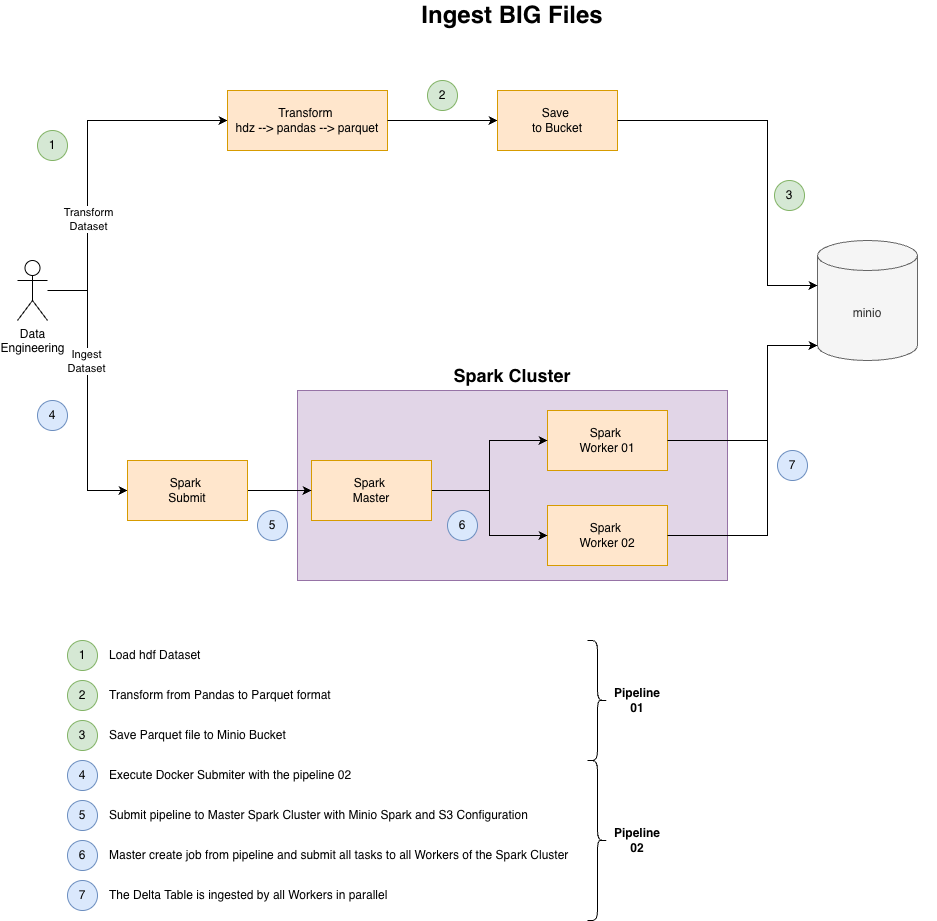
Earlier version of the draw.io export images/spark_cluster_architecture.png (masalinas/poc-minio-spark-delta-connect). Source tidied: cells renumbered, new cells last; positions are measured from the earlier drawing's top-left corner, leaving out a move shared by most shapes. Its diagram source:
```xml
<mxGraphModel>
  <root>
    <mxCell id="0" />
    <mxCell id="1" parent="0" />
    <mxCell id="2" style="rounded=0;whiteSpace=wrap;html=1;fillColor=#e1d5e7;strokeColor=#9673a6;" parent="1" vertex="1">
      <mxGeometry x="280" y="390" width="430" height="190" as="geometry" />
    </mxCell>
    <mxCell id="3" style="edgeStyle=orthogonalEdgeStyle;rounded=0;jettySize=auto;html=1;entryX=0;entryY=0.5;entryDx=0;entryDy=0;" parent="1" edge="1" target="9">
      <mxGeometry relative="1" as="geometry">
        <mxPoint x="30" y="290" as="sourcePoint" />
        <Array as="points">
          <mxPoint x="70" y="290" />
          <mxPoint x="70" y="120" />
        </Array>
      </mxGeometry>
    </mxCell>
    <mxCell id="4" value="Transform&lt;div&gt;Dataset&lt;/div&gt;" style="edgeLabel;html=1;align=center;verticalAlign=middle;" parent="3" vertex="1">
      <mxGeometry x="-0.36" relative="1" as="geometry" />
    </mxCell>
    <mxCell id="5" style="edgeStyle=orthogonalEdgeStyle;rounded=0;jettySize=auto;html=1;entryX=0;entryY=0.5;entryDx=0;entryDy=0;" parent="1" edge="1" target="21">
      <mxGeometry relative="1" as="geometry">
        <mxPoint x="30" y="290" as="sourcePoint" />
        <Array as="points">
          <mxPoint x="70" y="290" />
          <mxPoint x="70" y="490" />
        </Array>
      </mxGeometry>
    </mxCell>
    <mxCell id="6" value="Ingest&lt;div&gt;Dataset&lt;/div&gt;" style="edgeLabel;html=1;align=center;verticalAlign=middle;" parent="5" vertex="1">
      <mxGeometry x="-0.21" y="-2" relative="1" as="geometry" />
    </mxCell>
    <mxCell id="7" value="Data&lt;div&gt;Engineering&lt;/div&gt;" style="shape=umlActor;verticalLabelPosition=bottom;verticalAlign=top;html=1;" parent="1" vertex="1">
      <mxGeometry y="260" width="30" height="60" as="geometry" />
    </mxCell>
    <mxCell id="8" value="minio" style="shape=cylinder3;whiteSpace=wrap;html=1;boundedLbl=1;backgroundOutline=1;size=15;fillColor=#f5f5f5;fontColor=#333333;strokeColor=#666666;" parent="1" vertex="1">
      <mxGeometry x="800" y="240" width="100" height="120" as="geometry" />
    </mxCell>
    <mxCell id="9" value="Transform&amp;nbsp;&lt;div&gt;hdz --&amp;gt; pandas --&amp;gt; parquet&lt;/div&gt;" style="rounded=0;whiteSpace=wrap;html=1;fillColor=#ffe6cc;strokeColor=#d79b00;" parent="1" vertex="1">
      <mxGeometry x="210" y="90" width="160" height="60" as="geometry" />
    </mxCell>
    <mxCell id="10" style="edgeStyle=orthogonalEdgeStyle;rounded=0;jettySize=auto;html=1;entryX=0;entryY=0.5;entryDx=0;entryDy=0;" parent="1" edge="1" source="9" target="11">
      <mxGeometry relative="1" as="geometry" />
    </mxCell>
    <mxCell id="11" value="Save&amp;nbsp;&lt;div&gt;to Bucket&lt;/div&gt;" style="rounded=0;whiteSpace=wrap;html=1;fillColor=#ffe6cc;strokeColor=#d79b00;" parent="1" vertex="1">
      <mxGeometry x="480" y="90" width="120" height="60" as="geometry" />
    </mxCell>
    <mxCell id="12" style="edgeStyle=orthogonalEdgeStyle;rounded=0;jettySize=auto;html=1;entryX=0;entryY=0;entryDx=0;entryDy=45;entryPerimeter=0;" parent="1" edge="1" source="11" target="8">
      <mxGeometry relative="1" as="geometry">
        <Array as="points">
          <mxPoint x="750" y="120" />
          <mxPoint x="750" y="285" />
        </Array>
      </mxGeometry>
    </mxCell>
    <mxCell id="13" value="Spark&amp;nbsp;&lt;div&gt;Worker 01&lt;/div&gt;" style="rounded=0;whiteSpace=wrap;html=1;fillColor=#ffe6cc;strokeColor=#d79b00;" parent="1" vertex="1">
      <mxGeometry x="530" y="410" width="120" height="60" as="geometry" />
    </mxCell>
    <mxCell id="14" value="Spark&amp;nbsp;&lt;div&gt;Worker 02&lt;/div&gt;" style="rounded=0;whiteSpace=wrap;html=1;fillColor=#ffe6cc;strokeColor=#d79b00;" parent="1" vertex="1">
      <mxGeometry x="530" y="505" width="120" height="60" as="geometry" />
    </mxCell>
    <mxCell id="15" style="edgeStyle=orthogonalEdgeStyle;rounded=0;jettySize=auto;html=1;entryX=0;entryY=0.5;entryDx=0;entryDy=0;" parent="1" edge="1" source="17" target="13">
      <mxGeometry relative="1" as="geometry" />
    </mxCell>
    <mxCell id="16" style="edgeStyle=orthogonalEdgeStyle;rounded=0;jettySize=auto;html=1;" parent="1" edge="1" source="17" target="14">
      <mxGeometry relative="1" as="geometry" />
    </mxCell>
    <mxCell id="17" value="Spark&amp;nbsp;&lt;div&gt;Master&lt;/div&gt;" style="rounded=0;whiteSpace=wrap;html=1;fillColor=#ffe6cc;strokeColor=#d79b00;" parent="1" vertex="1">
      <mxGeometry x="294" y="460" width="120" height="60" as="geometry" />
    </mxCell>
    <mxCell id="18" style="edgeStyle=orthogonalEdgeStyle;rounded=0;jettySize=auto;html=1;entryX=0;entryY=0;entryDx=0;entryDy=105;entryPerimeter=0;" parent="1" edge="1" source="13" target="8">
      <mxGeometry relative="1" as="geometry">
        <Array as="points">
          <mxPoint x="750" y="440" />
          <mxPoint x="750" y="345" />
        </Array>
      </mxGeometry>
    </mxCell>
    <mxCell id="19" style="edgeStyle=orthogonalEdgeStyle;rounded=0;jettySize=auto;html=1;entryX=0;entryY=0;entryDx=0;entryDy=105;entryPerimeter=0;" parent="1" edge="1" source="14" target="8">
      <mxGeometry relative="1" as="geometry">
        <Array as="points">
          <mxPoint x="750" y="535" />
          <mxPoint x="750" y="345" />
        </Array>
      </mxGeometry>
    </mxCell>
    <mxCell id="20" style="edgeStyle=orthogonalEdgeStyle;rounded=0;jettySize=auto;html=1;" parent="1" edge="1" source="21" target="17">
      <mxGeometry relative="1" as="geometry" />
    </mxCell>
    <mxCell id="21" value="Spark&amp;nbsp;&lt;div&gt;Submit&lt;/div&gt;" style="rounded=0;whiteSpace=wrap;html=1;fillColor=#ffe6cc;strokeColor=#d79b00;" parent="1" vertex="1">
      <mxGeometry x="110" y="460" width="120" height="60" as="geometry" />
    </mxCell>
    <mxCell id="22" value="1" style="ellipse;whiteSpace=wrap;html=1;fillColor=#d5e8d4;strokeColor=#82b366;" parent="1" vertex="1">
      <mxGeometry x="20" y="130" width="30" height="30" as="geometry" />
    </mxCell>
    <mxCell id="23" value="2" style="ellipse;whiteSpace=wrap;html=1;fillColor=#d5e8d4;strokeColor=#82b366;" parent="1" vertex="1">
      <mxGeometry x="410" y="80" width="30" height="30" as="geometry" />
    </mxCell>
    <mxCell id="24" value="3" style="ellipse;whiteSpace=wrap;html=1;fillColor=#d5e8d4;strokeColor=#82b366;" parent="1" vertex="1">
      <mxGeometry x="757" y="180" width="30" height="30" as="geometry" />
    </mxCell>
    <mxCell id="25" value="4" style="ellipse;whiteSpace=wrap;html=1;fillColor=#dae8fc;strokeColor=#6c8ebf;" parent="1" vertex="1">
      <mxGeometry x="20" y="400" width="30" height="30" as="geometry" />
    </mxCell>
    <mxCell id="26" value="5" style="ellipse;whiteSpace=wrap;html=1;fillColor=#dae8fc;strokeColor=#6c8ebf;" parent="1" vertex="1">
      <mxGeometry x="240" y="510" width="30" height="30" as="geometry" />
    </mxCell>
    <mxCell id="27" value="6" style="ellipse;whiteSpace=wrap;html=1;fillColor=#dae8fc;strokeColor=#6c8ebf;" parent="1" vertex="1">
      <mxGeometry x="430" y="510" width="30" height="30" as="geometry" />
    </mxCell>
    <mxCell id="28" value="7" style="ellipse;whiteSpace=wrap;html=1;fillColor=#dae8fc;strokeColor=#6c8ebf;" parent="1" vertex="1">
      <mxGeometry x="760" y="450" width="30" height="30" as="geometry" />
    </mxCell>
    <mxCell id="29" value="&lt;b&gt;&lt;font style=&quot;font-size: 24px;&quot;&gt;Ingest BIG Files&lt;/font&gt;&lt;/b&gt;" style="text;html=1;whiteSpace=wrap;strokeColor=none;fillColor=none;align=center;verticalAlign=middle;rounded=0;" parent="1" vertex="1">
      <mxGeometry x="70" width="850" height="30" as="geometry" />
    </mxCell>
    <mxCell id="30" value="&lt;b&gt;&lt;font style=&quot;font-size: 18px;&quot;&gt;Spark Cluster&lt;/font&gt;&lt;/b&gt;" style="text;html=1;whiteSpace=wrap;strokeColor=none;fillColor=none;align=center;verticalAlign=middle;rounded=0;" parent="1" vertex="1">
      <mxGeometry x="280" y="360" width="430" height="30" as="geometry" />
    </mxCell>
    <mxCell id="31" value="1" style="ellipse;whiteSpace=wrap;html=1;fillColor=#d5e8d4;strokeColor=#82b366;" parent="1" vertex="1">
      <mxGeometry x="50" y="640" width="30" height="30" as="geometry" />
    </mxCell>
    <mxCell id="32" value="2" style="ellipse;whiteSpace=wrap;html=1;fillColor=#d5e8d4;strokeColor=#82b366;" parent="1" vertex="1">
      <mxGeometry x="50" y="680" width="30" height="30" as="geometry" />
    </mxCell>
    <mxCell id="33" value="3" style="ellipse;whiteSpace=wrap;html=1;fillColor=#d5e8d4;strokeColor=#82b366;" parent="1" vertex="1">
      <mxGeometry x="50" y="720" width="30" height="30" as="geometry" />
    </mxCell>
    <mxCell id="34" value="4" style="ellipse;whiteSpace=wrap;html=1;fillColor=#dae8fc;strokeColor=#6c8ebf;" parent="1" vertex="1">
      <mxGeometry x="50" y="760" width="30" height="30" as="geometry" />
    </mxCell>
    <mxCell id="35" value="5" style="ellipse;whiteSpace=wrap;html=1;fillColor=#dae8fc;strokeColor=#6c8ebf;" parent="1" vertex="1">
      <mxGeometry x="50" y="800" width="30" height="30" as="geometry" />
    </mxCell>
    <mxCell id="36" value="6" style="ellipse;whiteSpace=wrap;html=1;fillColor=#dae8fc;strokeColor=#6c8ebf;" parent="1" vertex="1">
      <mxGeometry x="50" y="840" width="30" height="30" as="geometry" />
    </mxCell>
    <mxCell id="37" value="7" style="ellipse;whiteSpace=wrap;html=1;fillColor=#dae8fc;strokeColor=#6c8ebf;" parent="1" vertex="1">
      <mxGeometry x="50" y="880" width="30" height="30" as="geometry" />
    </mxCell>
    <mxCell id="38" value="Load hdf Dataset" style="text;html=1;whiteSpace=wrap;strokeColor=none;fillColor=none;align=left;verticalAlign=middle;rounded=0;" parent="1" vertex="1">
      <mxGeometry x="90" y="640" width="520" height="30" as="geometry" />
    </mxCell>
    <mxCell id="39" value="Transform from Pandas to Parquet format&amp;nbsp;" style="text;html=1;whiteSpace=wrap;strokeColor=none;fillColor=none;align=left;verticalAlign=middle;rounded=0;" parent="1" vertex="1">
      <mxGeometry x="90" y="680" width="520" height="30" as="geometry" />
    </mxCell>
    <mxCell id="40" value="Save Parquet file to Minio Bucket" style="text;html=1;whiteSpace=wrap;strokeColor=none;fillColor=none;align=left;verticalAlign=middle;rounded=0;" parent="1" vertex="1">
      <mxGeometry x="90" y="720" width="520" height="30" as="geometry" />
    </mxCell>
    <mxCell id="41" value="Execute Docker Submiter with the pipeline 02" style="text;html=1;whiteSpace=wrap;strokeColor=none;fillColor=none;align=left;verticalAlign=middle;rounded=0;" parent="1" vertex="1">
      <mxGeometry x="90" y="760" width="520" height="30" as="geometry" />
    </mxCell>
    <mxCell id="42" value="Submit pipeline to Master Spark Cluster with Minio Spark and S3 Configuration" style="text;html=1;whiteSpace=wrap;strokeColor=none;fillColor=none;align=left;verticalAlign=middle;rounded=0;" parent="1" vertex="1">
      <mxGeometry x="90" y="800" width="520" height="30" as="geometry" />
    </mxCell>
    <mxCell id="43" value="Master create job from pipeline and submit all tasks to all Workers of the Spark Cluster" style="text;html=1;whiteSpace=wrap;strokeColor=none;fillColor=none;align=left;verticalAlign=middle;rounded=0;" parent="1" vertex="1">
      <mxGeometry x="90" y="840" width="520" height="30" as="geometry" />
    </mxCell>
    <mxCell id="44" value="The Delta Table is ingested by all Workers in parallel" style="text;html=1;whiteSpace=wrap;strokeColor=none;fillColor=none;align=left;verticalAlign=middle;rounded=0;" parent="1" vertex="1">
      <mxGeometry x="90" y="880" width="520" height="30" as="geometry" />
    </mxCell>
    <mxCell id="45" style="shape=curlyBracket;whiteSpace=wrap;html=1;rounded=1;flipH=1;labelPosition=right;verticalLabelPosition=middle;align=left;verticalAlign=middle;legacyAnchorPoints=0;" parent="1" vertex="1">
      <mxGeometry x="570" y="640" width="20" height="120" as="geometry" />
    </mxCell>
    <mxCell id="46" style="shape=curlyBracket;whiteSpace=wrap;html=1;rounded=1;flipH=1;labelPosition=right;verticalLabelPosition=middle;align=left;verticalAlign=middle;legacyAnchorPoints=0;" parent="1" vertex="1">
      <mxGeometry x="570" y="760" width="20" height="160" as="geometry" />
    </mxCell>
    <mxCell id="47" value="&lt;b&gt;Pipeline 01&lt;/b&gt;" style="text;html=1;whiteSpace=wrap;strokeColor=none;fillColor=none;align=center;verticalAlign=middle;rounded=0;" parent="1" vertex="1">
      <mxGeometry x="590" y="685" width="60" height="30" as="geometry" />
    </mxCell>
    <mxCell id="48" value="&lt;b&gt;Pipeline 02&lt;/b&gt;" style="text;html=1;whiteSpace=wrap;strokeColor=none;fillColor=none;align=center;verticalAlign=middle;rounded=0;" parent="1" vertex="1">
      <mxGeometry x="590" y="825" width="60" height="30" as="geometry" />
    </mxCell>
  </root>
</mxGraphModel>
```
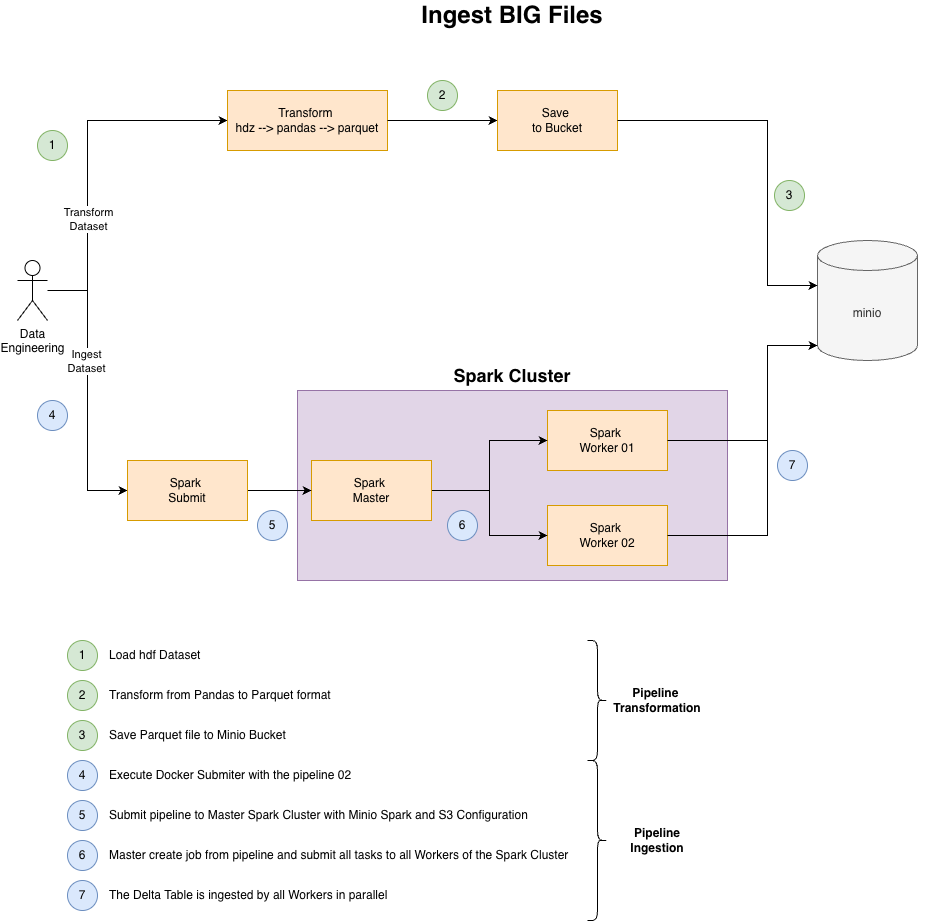
After the commit.

Change to the diagram source:
```diff
@@ -164,11 +164,11 @@
     <mxCell id="46" style="shape=curlyBracket;whiteSpace=wrap;html=1;rounded=1;flipH=1;labelPosition=right;verticalLabelPosition=middle;align=left;verticalAlign=middle;legacyAnchorPoints=0;" parent="1" vertex="1">
       <mxGeometry x="570" y="760" width="20" height="160" as="geometry" />
     </mxCell>
-    <mxCell id="47" value="&lt;b&gt;Pipeline 01&lt;/b&gt;" style="text;html=1;whiteSpace=wrap;strokeColor=none;fillColor=none;align=center;verticalAlign=middle;rounded=0;" parent="1" vertex="1">
-      <mxGeometry x="590" y="685" width="60" height="30" as="geometry" />
+    <mxCell id="47" value="&lt;b&gt;Pipeline&amp;nbsp;&lt;/b&gt;&lt;div&gt;&lt;b&gt;Transformation&lt;/b&gt;&lt;/div&gt;" style="text;html=1;whiteSpace=wrap;strokeColor=none;fillColor=none;align=center;verticalAlign=middle;rounded=0;" parent="1" vertex="1">
+      <mxGeometry x="610" y="685" width="60" height="30" as="geometry" />
     </mxCell>
-    <mxCell id="48" value="&lt;b&gt;Pipeline 02&lt;/b&gt;" style="text;html=1;whiteSpace=wrap;strokeColor=none;fillColor=none;align=center;verticalAlign=middle;rounded=0;" parent="1" vertex="1">
-      <mxGeometry x="590" y="825" width="60" height="30" as="geometry" />
+    <mxCell id="48" value="&lt;b&gt;Pipeline Ingestion&lt;/b&gt;" style="text;html=1;whiteSpace=wrap;strokeColor=none;fillColor=none;align=center;verticalAlign=middle;rounded=0;" parent="1" vertex="1">
+      <mxGeometry x="610" y="825" width="60" height="30" as="geometry" />
     </mxCell>
   </root>
 </mxGraphModel>
```
